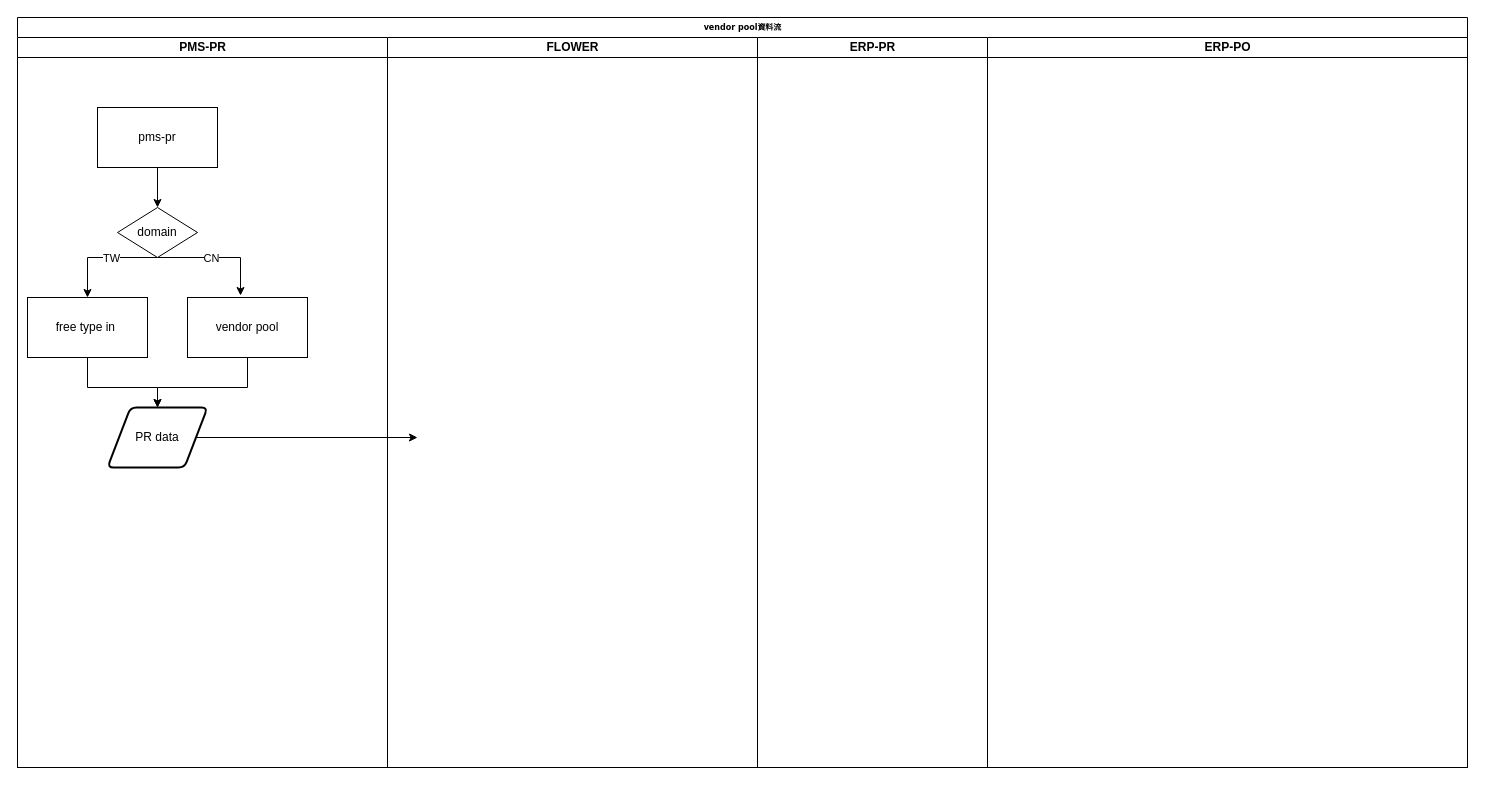
Before: 未命名绘图.drawio in kevin94705/HW3M10923023, a draw.io diagram. Source tidied: cells renumbered, new cells numbered last; positions are measured from the earlier drawing's top-left corner, leaving out a move shared by most shapes. Both pictures are drawn from the tidied source at 100%, with x=0, y=0 at pixel (17, 17).
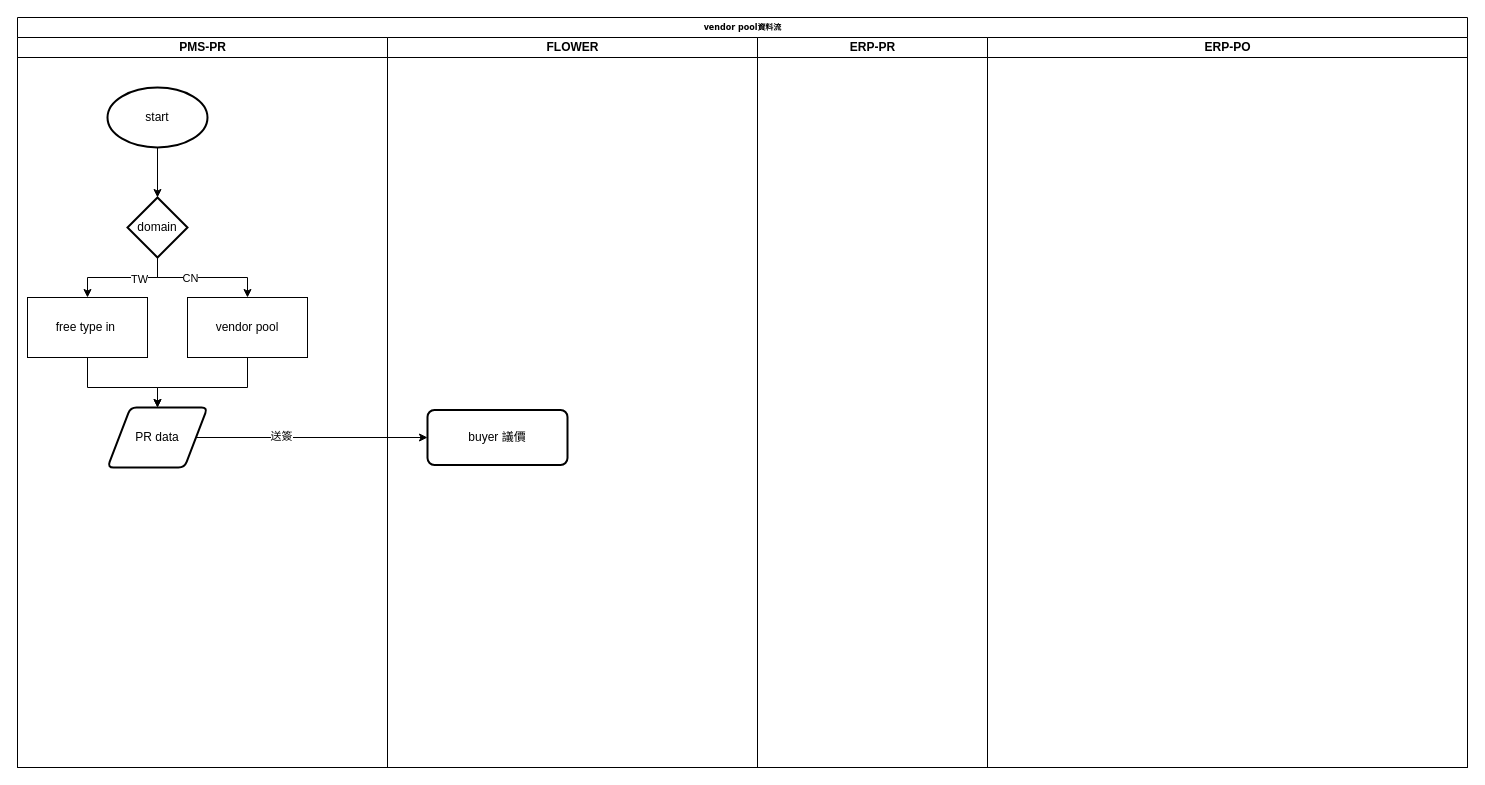
The same diagram, later.

Unchanged cells that the change refers to:
```xml
<mxCell id="2" value="vendor pool資料流" style="swimlane;html=1;startSize=20;rounded=0;shadow=0;labelBackgroundColor=none;strokeWidth=1;fontFamily=Verdana;fontSize=8;align=center;" parent="1" vertex="1">
  <mxGeometry width="1450" height="750" as="geometry" />
</mxCell>
<mxCell id="3" value="PMS-PR" style="swimlane;html=1;startSize=20;" parent="2" vertex="1">
  <mxGeometry y="20" width="370" height="730" as="geometry" />
</mxCell>
<mxCell id="7" value="vendor pool" style="rounded=0;whiteSpace=wrap;html=1;" parent="3" vertex="1">
  <mxGeometry x="170" y="260" width="120" height="60" as="geometry" />
</mxCell>
<mxCell id="10" value="free type in&amp;nbsp;" style="rounded=0;whiteSpace=wrap;html=1;" parent="3" vertex="1">
  <mxGeometry x="10" y="260" width="120" height="60" as="geometry" />
</mxCell>
<mxCell id="13" value="PR data" style="shape=parallelogram;html=1;strokeWidth=2;perimeter=parallelogramPerimeter;whiteSpace=wrap;rounded=1;arcSize=12;size=0.23;" parent="3" vertex="1">
  <mxGeometry x="90" y="370" width="100" height="60" as="geometry" />
</mxCell>
<mxCell id="16" value="FLOWER" style="swimlane;html=1;startSize=20;" parent="2" vertex="1">
  <mxGeometry x="370" y="20" width="370" height="730" as="geometry" />
</mxCell>
```

The edit, as a diff of the source:
```diff
@@
-    <mxCell id="4" value="pms-pr" style="rounded=0;whiteSpace=wrap;html=1;" parent="3" vertex="1">
-      <mxGeometry x="80" y="70" width="120" height="60" as="geometry" />
-    </mxCell>
-    <mxCell id="5" value="domain" style="rhombus;whiteSpace=wrap;html=1;" parent="3" vertex="1">
-      <mxGeometry x="100" y="170" width="80" height="50" as="geometry" />
-    </mxCell>
-    <mxCell id="6" style="endArrow=classic;html=1;rounded=0;exitX=0.5;exitY=1;exitDx=0;exitDy=0;entryX=0.5;entryY=0;entryDx=0;entryDy=0;" parent="3" edge="1" source="4" target="5">
-      <mxGeometry relative="1" as="geometry" />
-    </mxCell>
@@
-    <mxCell id="8" style="endArrow=classic;html=1;rounded=0;exitX=0.5;exitY=1;exitDx=0;exitDy=0;entryX=0.442;entryY=-0.033;entryDx=0;entryDy=0;entryPerimeter=0;" parent="3" edge="1" source="5" target="7">
-      <mxGeometry relative="1" as="geometry">
-        <Array as="points">
-          <mxPoint x="223" y="220" />
-        </Array>
-      </mxGeometry>
-    </mxCell>
-    <mxCell id="9" value="CN" style="edgeLabel;html=1;align=center;verticalAlign=middle;" parent="8" vertex="1">
-      <mxGeometry x="-0.12" relative="1" as="geometry" />
-    </mxCell>
@@
-    <mxCell id="11" style="endArrow=classic;html=1;rounded=0;exitX=0.5;exitY=1;exitDx=0;exitDy=0;" parent="3" edge="1" source="5" target="10">
-      <mxGeometry relative="1" as="geometry">
-        <Array as="points">
-          <mxPoint x="70" y="220" />
-        </Array>
-      </mxGeometry>
-    </mxCell>
-    <mxCell id="12" value="TW" style="edgeLabel;html=1;align=center;verticalAlign=middle;" parent="11" vertex="1">
-      <mxGeometry x="-0.15" relative="1" as="geometry" />
-    </mxCell>
@@
+    <mxCell id="20" style="edgeStyle=orthogonalEdgeStyle;rounded=0;jettySize=auto;html=1;" parent="3" edge="1" source="21" target="5">
+      <mxGeometry relative="1" as="geometry" />
+    </mxCell>
+    <mxCell id="21" value="start" style="strokeWidth=2;html=1;shape=mxgraph.flowchart.start_1;whiteSpace=wrap;" parent="3" vertex="1">
+      <mxGeometry x="90" y="50" width="100" height="60" as="geometry" />
+    </mxCell>
+    <mxCell id="11" style="edgeStyle=orthogonalEdgeStyle;rounded=0;jettySize=auto;html=1;" parent="3" edge="1" source="5" target="10">
+      <mxGeometry relative="1" as="geometry" />
+    </mxCell>
+    <mxCell id="12" value="TW" style="edgeLabel;html=1;align=center;verticalAlign=middle;" parent="11" vertex="1">
+      <mxGeometry x="-0.29" y="1" relative="1" as="geometry" />
+    </mxCell>
+    <mxCell id="5" value="domain" style="strokeWidth=2;html=1;shape=mxgraph.flowchart.decision;whiteSpace=wrap;" parent="3" vertex="1">
+      <mxGeometry x="110" y="160" width="60" height="60" as="geometry" />
+    </mxCell>
+    <mxCell id="8" style="endArrow=classic;html=1;rounded=0;exitX=0.5;exitY=1;exitDx=0;exitDy=0;exitPerimeter=0;entryX=0.5;entryY=0;entryDx=0;entryDy=0;" parent="3" edge="1" source="5" target="7">
+      <mxGeometry relative="1" as="geometry">
+        <Array as="points">
+          <mxPoint x="140" y="240" />
+          <mxPoint x="230" y="240" />
+        </Array>
+      </mxGeometry>
+    </mxCell>
+    <mxCell id="9" value="CN" style="edgeLabel;html=1;align=center;verticalAlign=middle;" parent="8" vertex="1">
+      <mxGeometry x="-0.2" relative="1" as="geometry" />
+    </mxCell>
@@
+    <mxCell id="22" value="buyer 議價" style="rounded=1;whiteSpace=wrap;html=1;absoluteArcSize=1;arcSize=14;strokeWidth=2;" parent="16" vertex="1">
+      <mxGeometry x="40" y="372.5" width="140" height="55" as="geometry" />
+    </mxCell>
@@
-    <mxCell id="19" style="endArrow=classic;html=1;rounded=0;exitX=1;exitY=0.5;exitDx=0;exitDy=0;" parent="1" edge="1" source="13">
-      <mxGeometry relative="1" as="geometry">
-        <mxPoint x="400" y="420" as="targetPoint" />
-      </mxGeometry>
+    <mxCell id="19" style="endArrow=classic;html=1;rounded=0;exitX=1;exitY=0.5;exitDx=0;exitDy=0;" parent="2" edge="1" source="13" target="22">
+      <mxGeometry relative="1" as="geometry" />
     </mxCell>
+    <mxCell id="23" value="送簽" style="edgeLabel;html=1;align=center;verticalAlign=middle;" parent="19" vertex="1">
+      <mxGeometry x="-0.27" y="2" relative="1" as="geometry">
+        <mxPoint x="1" as="offset" />
+      </mxGeometry>
+    </mxCell>
```
